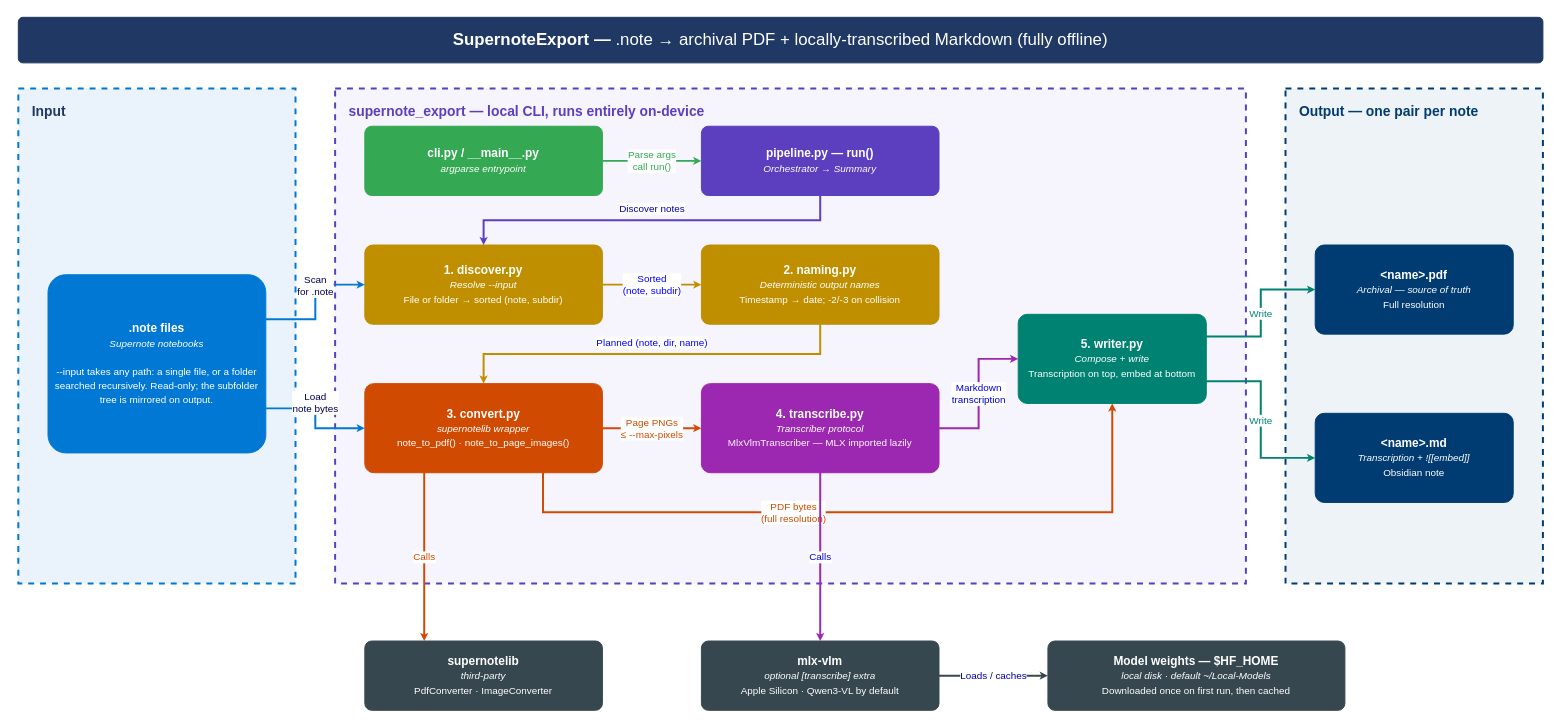
The draw.io diagram docs/architecture/supernote-export-architecture.drawio in rahulragunathan/SupernoteExport, before the edit. Source tidied: cells renumbered, new cells numbered last; positions are measured from the earlier drawing's top-left corner, leaving out a move shared by most shapes. Both pictures are drawn from the tidied source at 99%, with x=0, y=0 at pixel (18, 17).
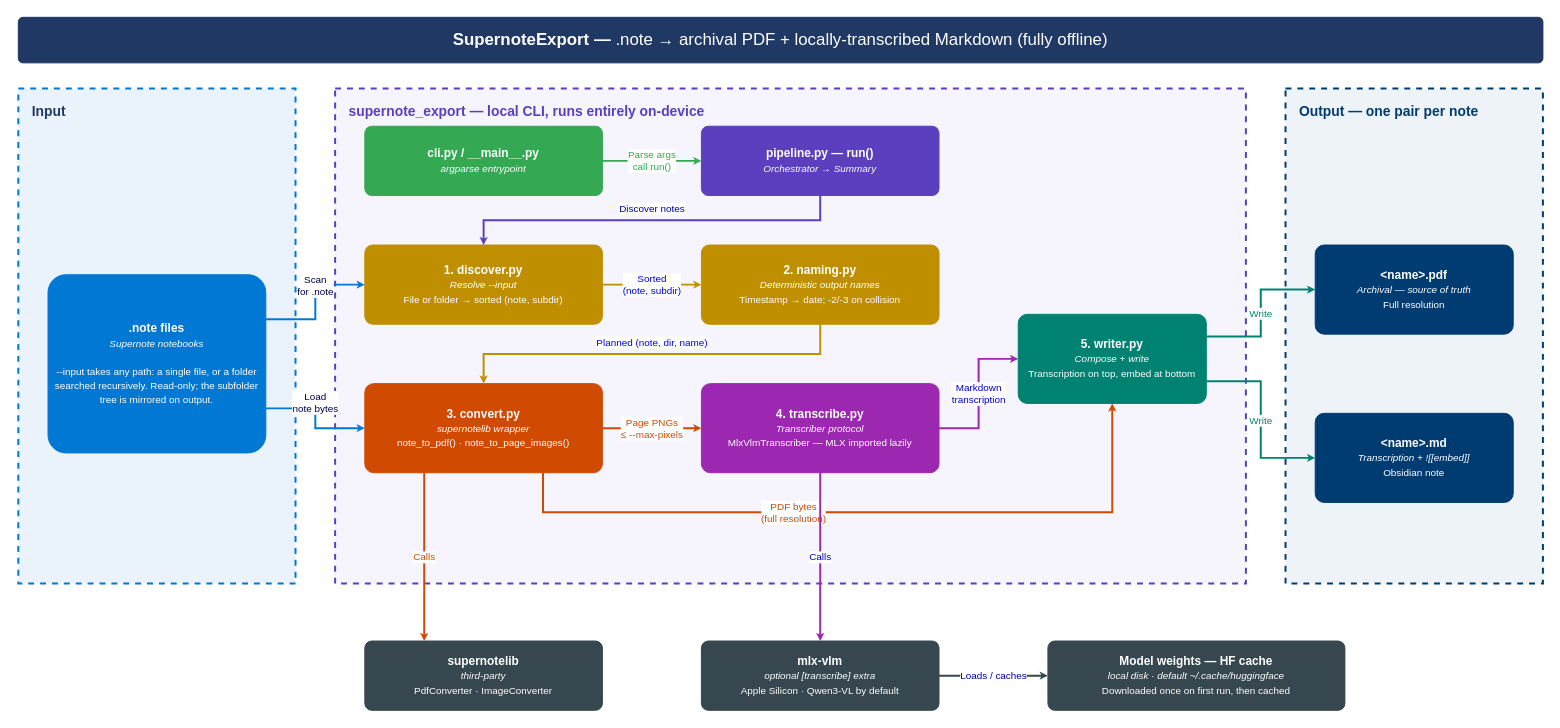
After the change.

Commit message (it also covers changes not shown here):
Use the standard Hugging Face cache location instead of forcing HF_HOME (#7)

What changed in the source:
```diff
@@
-    <mxCell id="18" value="&lt;b&gt;Model weights — $HF_HOME&lt;/b&gt;&lt;br&gt;&lt;span style='font-style:italic;font-weight:normal;font-size:10px'&gt;local disk · default ~/Local-Models&lt;/span&gt;&lt;br&gt;&lt;span style='font-weight:normal;font-size:10px'&gt;Downloaded once on first run, then cached&lt;/span&gt;" style="rounded=1;whiteSpace=wrap;html=1;fillColor=light-dark(#37474f,#b0bec5);strokeColor=light-dark(#37474f,#b0bec5);strokeWidth=1;fontColor=light-dark(#ffffff,#11181c);fontSize=12;fontStyle=0;arcSize=10;verticalAlign=middle;align=center;" parent="1" vertex="1">
+    <mxCell id="18" value="&lt;b&gt;Model weights — HF cache&lt;/b&gt;&lt;br&gt;&lt;span style='font-style:italic;font-weight:normal;font-size:10px'&gt;local disk · default ~/.cache/huggingface&lt;/span&gt;&lt;br&gt;&lt;span style='font-weight:normal;font-size:10px'&gt;Downloaded once on first run, then cached&lt;/span&gt;" style="rounded=1;whiteSpace=wrap;html=1;fillColor=light-dark(#37474f,#b0bec5);strokeColor=light-dark(#37474f,#b0bec5);strokeWidth=1;fontColor=light-dark(#ffffff,#11181c);fontSize=12;fontStyle=0;arcSize=10;verticalAlign=middle;align=center;" parent="1" vertex="1">
       <mxGeometry x="1040" y="630" width="300" height="70" as="geometry" />
     </mxCell>
```
